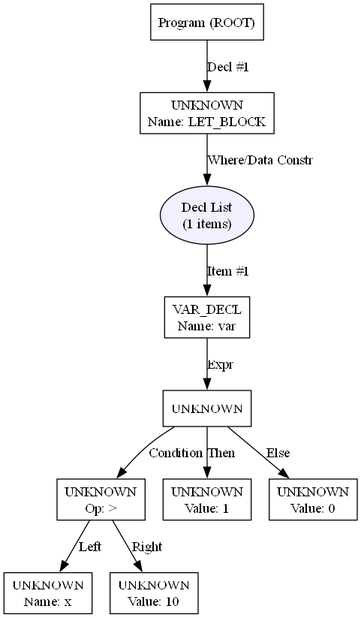
Earlier version of the Graphviz export ast.png (duvean/ghdc). Its source is kept beside it as ast.dot.
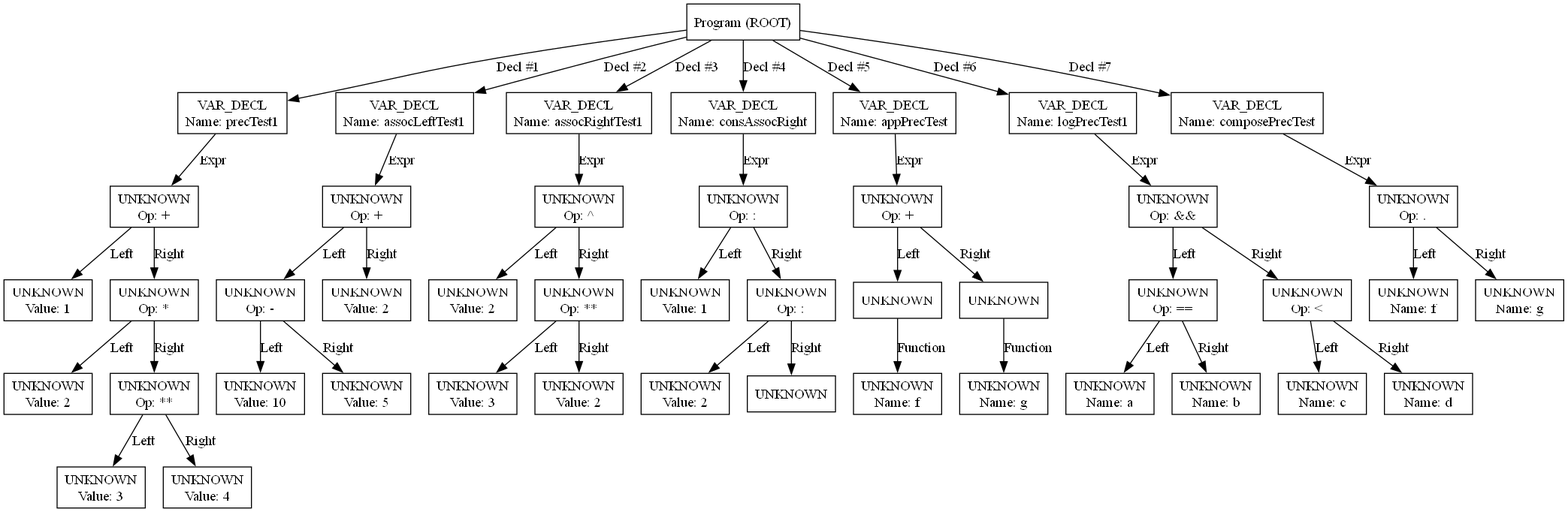
Later version of the same file.

Change to the diagram source:
```diff
@@ -1,22 +1,92 @@
 digraph AST {
     node [shape=box];
-    10 [label="Program (ROOT)"];
-    10 -> 8 [label="Decl #1"];
-    8 [label="UNKNOWN\nName: LET_BLOCK"];
-    8 -> 7 [label="Where/Data Constr"];
-    7 [label="Decl List\n(1 items)" shape=oval style=filled fillcolor="#f0f0ff"];
-    7 -> 6 [label="Item #1"];
-    6 [label="VAR_DECL\nName: var"];
-    6 -> 5 [label="Expr"];
-    5 [label="UNKNOWN"];
-    5 -> 2 [label="Condition"];
-    2 [label="UNKNOWN\nOp: >"];
-    2 -> 0 [label="Left"];
-    0 [label="UNKNOWN\nName: x"];
-    2 -> 1 [label="Right"];
-    1 [label="UNKNOWN\nValue: 10"];
-    5 -> 3 [label="Then"];
-    3 [label="UNKNOWN\nValue: 1"];
-    5 -> 4 [label="Else"];
-    4 [label="UNKNOWN\nValue: 0"];
+    49 [label="Program (ROOT)"];
+    49 -> 7 [label="Decl #1"];
+    7 [label="VAR_DECL\nName: precTest1"];
+    7 -> 6 [label="Expr"];
+    6 [label="UNKNOWN\nOp: +"];
+    6 -> 0 [label="Left"];
+    0 [label="UNKNOWN\nValue: 1"];
+    6 -> 5 [label="Right"];
+    5 [label="UNKNOWN\nOp: *"];
+    5 -> 1 [label="Left"];
+    1 [label="UNKNOWN\nValue: 2"];
+    5 -> 4 [label="Right"];
+    4 [label="UNKNOWN\nOp: **"];
+    4 -> 2 [label="Left"];
+    2 [label="UNKNOWN\nValue: 3"];
+    4 -> 3 [label="Right"];
+    3 [label="UNKNOWN\nValue: 4"];
+    49 -> 14 [label="Decl #2"];
+    14 [label="VAR_DECL\nName: assocLeftTest1"];
+    14 -> 13 [label="Expr"];
+    13 [label="UNKNOWN\nOp: +"];
+    13 -> 11 [label="Left"];
+    11 [label="UNKNOWN\nOp: -"];
+    11 -> 9 [label="Left"];
+    9 [label="UNKNOWN\nValue: 10"];
+    11 -> 10 [label="Right"];
+    10 [label="UNKNOWN\nValue: 5"];
+    13 -> 12 [label="Right"];
+    12 [label="UNKNOWN\nValue: 2"];
+    49 -> 20 [label="Decl #3"];
+    20 [label="VAR_DECL\nName: assocRightTest1"];
+    20 -> 19 [label="Expr"];
+    19 [label="UNKNOWN\nOp: ^"];
+    19 -> 15 [label="Left"];
+    15 [label="UNKNOWN\nValue: 2"];
+    19 -> 18 [label="Right"];
+    18 [label="UNKNOWN\nOp: **"];
+    18 -> 16 [label="Left"];
+    16 [label="UNKNOWN\nValue: 3"];
+    18 -> 17 [label="Right"];
+    17 [label="UNKNOWN\nValue: 2"];
+    49 -> 26 [label="Decl #4"];
+    26 [label="VAR_DECL\nName: consAssocRight"];
+    26 -> 25 [label="Expr"];
+    25 [label="UNKNOWN\nOp: :"];
+    25 -> 21 [label="Left"];
+    21 [label="UNKNOWN\nValue: 1"];
+    25 -> 24 [label="Right"];
+    24 [label="UNKNOWN\nOp: :"];
+    24 -> 22 [label="Left"];
+    22 [label="UNKNOWN\nValue: 2"];
+    24 -> 23 [label="Right"];
+    23 [label="UNKNOWN"];
+    49 -> 36 [label="Decl #5"];
+    36 [label="VAR_DECL\nName: appPrecTest"];
+    36 -> 35 [label="Expr"];
+    35 [label="UNKNOWN\nOp: +"];
+    35 -> 29 [label="Left"];
+    29 [label="UNKNOWN"];
+    29 -> 27 [label="Function"];
+    27 [label="UNKNOWN\nName: f"];
+    35 -> 34 [label="Right"];
+    34 [label="UNKNOWN"];
+    34 -> 30 [label="Function"];
+    30 [label="UNKNOWN\nName: g"];
+    49 -> 44 [label="Decl #6"];
+    44 [label="VAR_DECL\nName: logPrecTest1"];
+    44 -> 43 [label="Expr"];
+    43 [label="UNKNOWN\nOp: &&"];
+    43 -> 39 [label="Left"];
+    39 [label="UNKNOWN\nOp: =="];
+    39 -> 37 [label="Left"];
+    37 [label="UNKNOWN\nName: a"];
+    39 -> 38 [label="Right"];
+    38 [label="UNKNOWN\nName: b"];
+    43 -> 42 [label="Right"];
+    42 [label="UNKNOWN\nOp: <"];
+    42 -> 40 [label="Left"];
+    40 [label="UNKNOWN\nName: c"];
+    42 -> 41 [label="Right"];
+    41 [label="UNKNOWN\nName: d"];
+    49 -> 48 [label="Decl #7"];
+    48 [label="VAR_DECL\nName: composePrecTest"];
+    48 -> 47 [label="Expr"];
+    47 [label="UNKNOWN\nOp: ."];
+    47 -> 45 [label="Left"];
+    45 [label="UNKNOWN\nName: f"];
+    47 -> 46 [label="Right"];
+    46 [label="UNKNOWN\nName: g"];
 }
```
